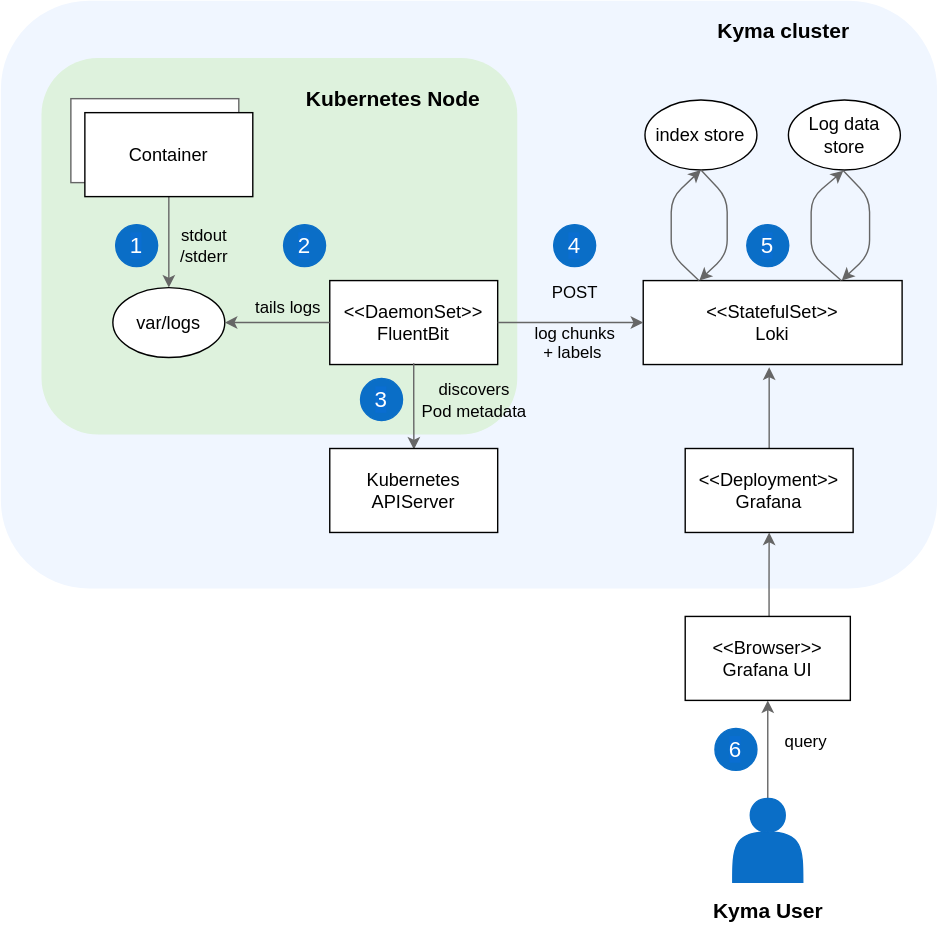
The draw.io diagram docs/05-technical-reference/03-architecture/assets/obsv-logging-architecture.svg in kyma-project/kyma, before a commit. Source tidied: cells renumbered, new cells last; positions are measured from the earlier drawing's top-left corner, leaving out a move shared by most shapes.
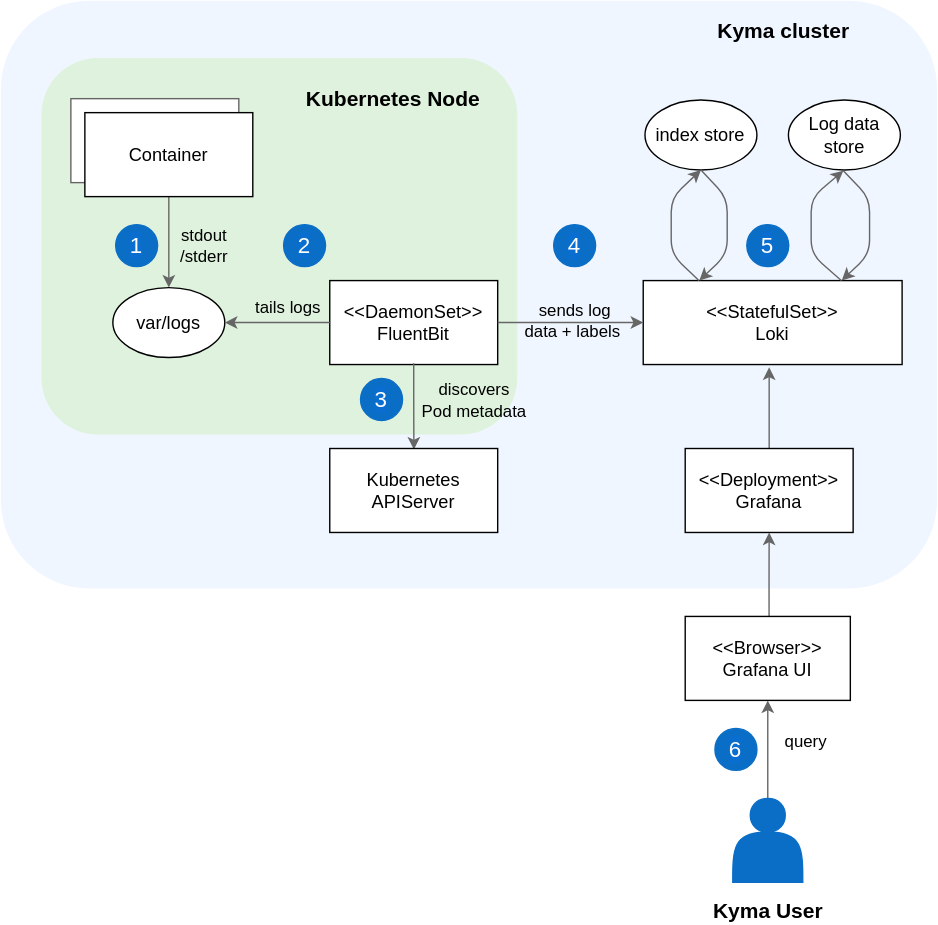
The same diagram one commit later.

Diff of the diagram source:
```diff
@@ -131,8 +131,8 @@
     <mxCell id="34" value="&lt;font style=&quot;font-size: 15px&quot;&gt;&lt;b&gt;Kyma User&lt;/b&gt;&lt;/font&gt;" style="text;html=1;align=center;verticalAlign=middle;fontSize=15;" parent="1" vertex="1">
       <mxGeometry x="503" y="640" width="90" height="20" as="geometry" />
     </mxCell>
-    <mxCell id="35" value="POST&lt;br&gt;&lt;br&gt;log chunks&lt;br&gt;+ labels&amp;nbsp;" style="text;html=1;align=center;verticalAlign=middle;strokeColor=none;" parent="1" vertex="1">
-      <mxGeometry x="375" y="200" width="70" height="60" as="geometry" />
+    <mxCell id="35" value="sends log &lt;br&gt;data + labels&amp;nbsp;" style="text;html=1;align=center;verticalAlign=middle;strokeColor=none;" parent="1" vertex="1">
+      <mxGeometry x="365" y="214" width="90" height="30" as="geometry" />
     </mxCell>
     <mxCell id="36" value="&lt;font style=&quot;font-size: 16px&quot;&gt;6&lt;/font&gt;" style="ellipse;whiteSpace=wrap;html=1;labelBackgroundColor=#0A6ED1;fontColor=#FFFFFF;fillColor=#0A6EC7;strokeColor=#0A6EC7;" parent="1" vertex="1">
       <mxGeometry x="510.2" y="520" width="30" height="30" as="geometry" />
```
